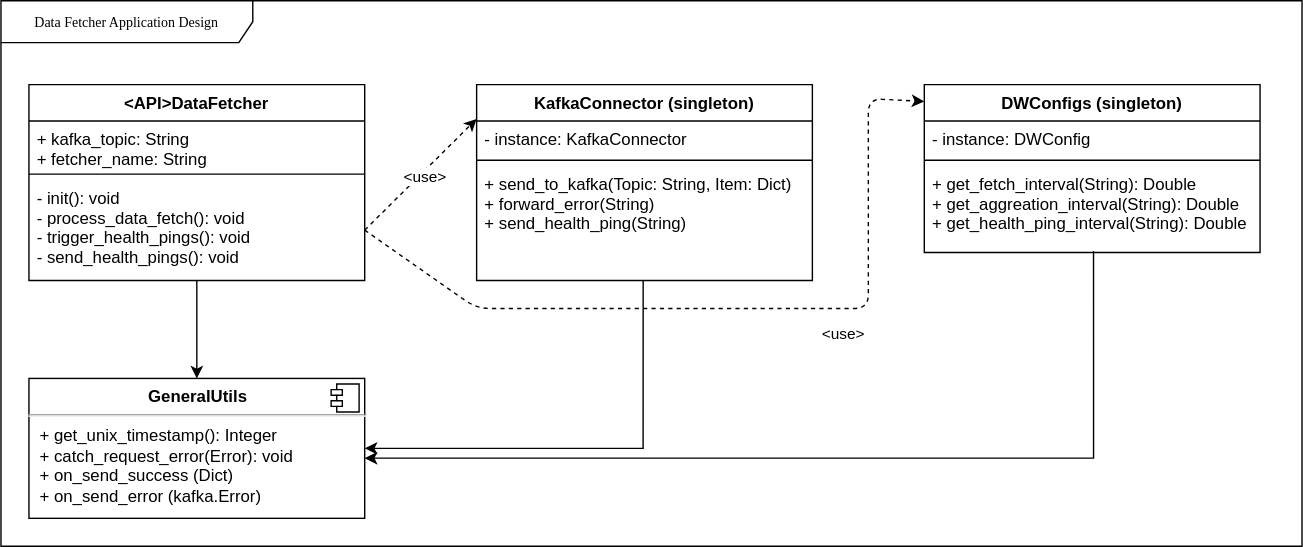
Earlier version of the draw.io export img/Data_Fetcher_Structure.svg (lirudayam/uni-li-wue-project-seminar). Source tidied: cells renumbered, new cells last; positions are measured from the earlier drawing's top-left corner, leaving out a move shared by most shapes. The source it was exported from:
```xml
<mxGraphModel background="#ffffff">
  <root>
    <mxCell id="0" />
    <mxCell id="1" parent="0" />
    <mxCell id="2" value="Data Fetcher Application Design" style="shape=umlFrame;whiteSpace=wrap;html=1;rounded=0;shadow=0;comic=0;labelBackgroundColor=none;strokeWidth=1;fontFamily=Verdana;fontSize=10;align=center;width=180;height=30;" parent="1" vertex="1">
      <mxGeometry width="930" height="390" as="geometry" />
    </mxCell>
    <mxCell id="3" style="edgeStyle=orthogonalEdgeStyle;rounded=0;jettySize=auto;html=1;" parent="1" edge="1" source="4" target="22">
      <mxGeometry relative="1" as="geometry" />
    </mxCell>
    <mxCell id="4" value="&lt;API&gt;DataFetcher" style="swimlane;fontStyle=1;align=center;verticalAlign=top;horizontal=1;startSize=26;" parent="1" vertex="1">
      <mxGeometry x="20" y="60" width="240" height="140" as="geometry" />
    </mxCell>
    <mxCell id="5" value="+ kafka_topic: String&#10;+ fetcher_name: String" style="text;strokeColor=none;fillColor=none;align=left;verticalAlign=top;spacingLeft=4;spacingRight=4;overflow=hidden;" parent="4" vertex="1">
      <mxGeometry y="26" width="240" height="34" as="geometry" />
    </mxCell>
    <mxCell id="6" style="line;strokeWidth=1;fillColor=none;align=left;verticalAlign=middle;spacingTop=-1;spacingLeft=3;spacingRight=3;labelPosition=right;" parent="4" vertex="1">
      <mxGeometry y="60" width="240" height="8" as="geometry" />
    </mxCell>
    <mxCell id="7" value="- init(): void&#10;- process_data_fetch(): void&#10;- trigger_health_pings(): void&#10;- send_health_pings(): void" style="text;strokeColor=none;fillColor=none;align=left;verticalAlign=top;spacingLeft=4;spacingRight=4;overflow=hidden;points=[[0,0.5],[1,0.5]];portConstraint=eastwest;" parent="4" vertex="1">
      <mxGeometry y="68" width="240" height="72" as="geometry" />
    </mxCell>
    <mxCell id="8" style="edgeStyle=orthogonalEdgeStyle;rounded=0;jettySize=auto;html=1;entryX=1;entryY=0.5;entryDx=0;entryDy=0;exitX=0.496;exitY=1;exitDx=0;exitDy=0;exitPerimeter=0;" parent="1" edge="1" source="12" target="22">
      <mxGeometry relative="1" as="geometry" />
    </mxCell>
    <mxCell id="9" value="KafkaConnector (singleton)" style="swimlane;fontStyle=1;align=center;verticalAlign=top;horizontal=1;startSize=26;" parent="1" vertex="1">
      <mxGeometry x="340" y="60" width="240" height="140" as="geometry" />
    </mxCell>
    <mxCell id="10" value="- instance: KafkaConnector" style="text;strokeColor=none;fillColor=none;align=left;verticalAlign=top;spacingLeft=4;spacingRight=4;overflow=hidden;" parent="9" vertex="1">
      <mxGeometry y="26" width="240" height="24" as="geometry" />
    </mxCell>
    <mxCell id="11" style="line;strokeWidth=1;fillColor=none;align=left;verticalAlign=middle;spacingTop=-1;spacingLeft=3;spacingRight=3;labelPosition=right;" parent="9" vertex="1">
      <mxGeometry y="50" width="240" height="8" as="geometry" />
    </mxCell>
    <mxCell id="12" value="+ send_to_kafka(Topic: String, Item: Dict)&#10;+ forward_error(String)&#10;+ send_health_ping(String)" style="text;strokeColor=none;fillColor=none;align=left;verticalAlign=top;spacingLeft=4;spacingRight=4;overflow=hidden;points=[[0,0.5],[1,0.5]];portConstraint=eastwest;" parent="9" vertex="1">
      <mxGeometry y="58" width="240" height="82" as="geometry" />
    </mxCell>
    <mxCell id="13" style="endArrow=classic;dashed=1;html=1;entryX=0;entryY=0.175;entryDx=0;entryDy=0;entryPerimeter=0;exitX=1;exitY=0.5;exitDx=0;exitDy=0;endFill=1;" parent="1" edge="1" source="7" target="9">
      <mxGeometry relative="1" as="geometry" />
    </mxCell>
    <mxCell id="14" value="&amp;lt;use&amp;gt;" style="edgeLabel;html=1;align=center;verticalAlign=middle;" parent="13" vertex="1">
      <mxGeometry y="-2" relative="1" as="geometry">
        <mxPoint x="1" as="offset" />
      </mxGeometry>
    </mxCell>
    <mxCell id="15" style="endArrow=classic;dashed=1;html=1;exitX=1;exitY=0.5;exitDx=0;exitDy=0;entryX=0;entryY=0.1;entryDx=0;entryDy=0;entryPerimeter=0;endFill=1;" parent="1" edge="1" source="7" target="18">
      <mxGeometry relative="1" as="geometry">
        <Array as="points">
          <mxPoint x="340" y="220" />
          <mxPoint x="620" y="220" />
          <mxPoint x="620" y="70" />
        </Array>
      </mxGeometry>
    </mxCell>
    <mxCell id="16" value="&amp;lt;use&amp;gt;" style="edgeLabel;html=1;align=center;verticalAlign=middle;" parent="15" vertex="1">
      <mxGeometry x="0.14" y="2" relative="1" as="geometry">
        <mxPoint x="36.2" y="19.8" as="offset" />
      </mxGeometry>
    </mxCell>
    <mxCell id="17" style="edgeStyle=orthogonalEdgeStyle;rounded=0;jettySize=auto;html=1;entryX=1;entryY=0.57;entryDx=0;entryDy=0;entryPerimeter=0;exitX=0.504;exitY=0.984;exitDx=0;exitDy=0;exitPerimeter=0;" parent="1" edge="1" source="21" target="22">
      <mxGeometry relative="1" as="geometry">
        <Array as="points">
          <mxPoint x="781" y="327" />
        </Array>
      </mxGeometry>
    </mxCell>
    <mxCell id="18" value="DWConfigs (singleton)" style="swimlane;fontStyle=1;align=center;verticalAlign=top;horizontal=1;startSize=26;" parent="1" vertex="1">
      <mxGeometry x="660" y="60" width="240" height="120" as="geometry" />
    </mxCell>
    <mxCell id="19" value="- instance: DWConfig" style="text;strokeColor=none;fillColor=none;align=left;verticalAlign=top;spacingLeft=4;spacingRight=4;overflow=hidden;" parent="18" vertex="1">
      <mxGeometry y="26" width="240" height="24" as="geometry" />
    </mxCell>
    <mxCell id="20" style="line;strokeWidth=1;fillColor=none;align=left;verticalAlign=middle;spacingTop=-1;spacingLeft=3;spacingRight=3;labelPosition=right;" parent="18" vertex="1">
      <mxGeometry y="50" width="240" height="8" as="geometry" />
    </mxCell>
    <mxCell id="21" value="+ get_fetch_interval(String): Double&#10;+ get_aggreation_interval(String): Double&#10;+ get_health_ping_interval(String): Double" style="text;strokeColor=none;fillColor=none;align=left;verticalAlign=top;spacingLeft=4;spacingRight=4;overflow=hidden;points=[[0,0.5],[1,0.5]];portConstraint=eastwest;" parent="18" vertex="1">
      <mxGeometry y="58" width="240" height="62" as="geometry" />
    </mxCell>
    <mxCell id="22" value="&lt;p style=&quot;margin: 0px ; margin-top: 6px ; text-align: center&quot;&gt;&lt;b&gt;GeneralUtils&lt;/b&gt;&lt;br&gt;&lt;/p&gt;&lt;hr&gt;&lt;p style=&quot;margin: 0px ; margin-left: 8px&quot;&gt;+ get_unix_timestamp(): Integer&lt;br style=&quot;padding: 0px ; margin: 0px&quot;&gt;+ catch_request_error(Error): void&lt;/p&gt;&lt;p style=&quot;margin: 0px ; margin-left: 8px&quot;&gt;+ on_send_success (Dict)&lt;br style=&quot;padding: 0px ; margin: 0px&quot;&gt;+ on_send_error (kafka.Error)&lt;br&gt;&lt;/p&gt;" style="align=left;overflow=fill;html=1;" parent="1" vertex="1">
      <mxGeometry x="20" y="270" width="240" height="100" as="geometry" />
    </mxCell>
    <mxCell id="23" style="shape=component;jettyWidth=8;jettyHeight=4;" parent="22" vertex="1">
      <mxGeometry x="1" width="20" height="20" relative="1" as="geometry">
        <mxPoint x="-24" y="4" as="offset" />
      </mxGeometry>
    </mxCell>
  </root>
</mxGraphModel>
```
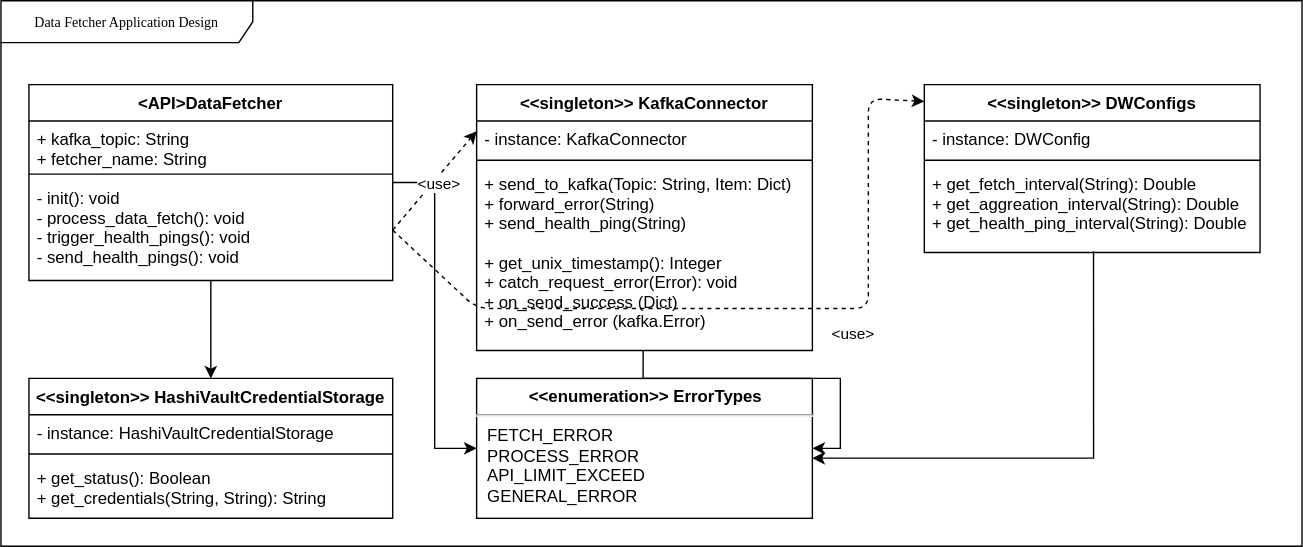
Above is the later version.

Commit message:
documentaed credential mmgt

Change to the diagram source:
```diff
@@ -5,84 +5,99 @@
     <mxCell id="2" value="Data Fetcher Application Design" style="shape=umlFrame;whiteSpace=wrap;html=1;rounded=0;shadow=0;comic=0;labelBackgroundColor=none;strokeWidth=1;fontFamily=Verdana;fontSize=10;align=center;width=180;height=30;" parent="1" vertex="1">
       <mxGeometry width="930" height="390" as="geometry" />
     </mxCell>
-    <mxCell id="3" style="edgeStyle=orthogonalEdgeStyle;rounded=0;jettySize=auto;html=1;" parent="1" edge="1" source="4" target="22">
-      <mxGeometry relative="1" as="geometry" />
-    </mxCell>
+    <mxCell id="24" style="edgeStyle=orthogonalEdgeStyle;rounded=0;jettySize=auto;html=1;" parent="1" edge="1" source="4" target="38">
+      <mxGeometry relative="1" as="geometry">
+        <Array as="points">
+          <mxPoint x="310" y="130" />
+          <mxPoint x="310" y="320" />
+        </Array>
+      </mxGeometry>
+    </mxCell>
+    <mxCell id="25" style="edgeStyle=orthogonalEdgeStyle;rounded=0;jettySize=auto;html=1;entryX=0.5;entryY=0;entryDx=0;entryDy=0;" parent="1" edge="1" source="4" target="39">
+      <mxGeometry relative="1" as="geometry" />
+    </mxCell>
     <mxCell id="4" value="&lt;API&gt;DataFetcher" style="swimlane;fontStyle=1;align=center;verticalAlign=top;horizontal=1;startSize=26;" parent="1" vertex="1">
-      <mxGeometry x="20" y="60" width="240" height="140" as="geometry" />
+      <mxGeometry x="20" y="60" width="260" height="140" as="geometry" />
     </mxCell>
     <mxCell id="5" value="+ kafka_topic: String&#10;+ fetcher_name: String" style="text;strokeColor=none;fillColor=none;align=left;verticalAlign=top;spacingLeft=4;spacingRight=4;overflow=hidden;" parent="4" vertex="1">
-      <mxGeometry y="26" width="240" height="34" as="geometry" />
+      <mxGeometry y="26" width="260" height="34" as="geometry" />
     </mxCell>
-    <mxCell id="6" style="line;strokeWidth=1;fillColor=none;align=left;verticalAlign=middle;spacingTop=-1;spacingLeft=3;spacingRight=3;labelPosition=right;" parent="4" vertex="1">
-      <mxGeometry y="60" width="240" height="8" as="geometry" />
-    </mxCell>
+    <mxCell id="26" style="line;strokeWidth=1;fillColor=none;align=left;verticalAlign=middle;spacingTop=-1;spacingLeft=3;spacingRight=3;labelPosition=right;" parent="4" vertex="1">
+      <mxGeometry y="60" width="260" height="8" as="geometry" />
+    </mxCell>
     <mxCell id="7" value="- init(): void&#10;- process_data_fetch(): void&#10;- trigger_health_pings(): void&#10;- send_health_pings(): void" style="text;strokeColor=none;fillColor=none;align=left;verticalAlign=top;spacingLeft=4;spacingRight=4;overflow=hidden;points=[[0,0.5],[1,0.5]];portConstraint=eastwest;" parent="4" vertex="1">
-      <mxGeometry y="68" width="240" height="72" as="geometry" />
+      <mxGeometry y="68" width="260" height="72" as="geometry" />
     </mxCell>
-    <mxCell id="8" style="edgeStyle=orthogonalEdgeStyle;rounded=0;jettySize=auto;html=1;entryX=1;entryY=0.5;entryDx=0;entryDy=0;exitX=0.496;exitY=1;exitDx=0;exitDy=0;exitPerimeter=0;" parent="1" edge="1" source="12" target="22">
-      <mxGeometry relative="1" as="geometry" />
-    </mxCell>
-    <mxCell id="9" value="KafkaConnector (singleton)" style="swimlane;fontStyle=1;align=center;verticalAlign=top;horizontal=1;startSize=26;" parent="1" vertex="1">
-      <mxGeometry x="340" y="60" width="240" height="140" as="geometry" />
-    </mxCell>
+    <mxCell id="27" style="edgeStyle=orthogonalEdgeStyle;rounded=0;jettySize=auto;html=1;entryX=1;entryY=0.5;entryDx=0;entryDy=0;exitX=0.496;exitY=1;exitDx=0;exitDy=0;exitPerimeter=0;" parent="1" edge="1" source="30" target="38">
+      <mxGeometry relative="1" as="geometry" />
+    </mxCell>
+    <mxCell id="28" value="&lt;&lt;singleton&gt;&gt; KafkaConnector" style="swimlane;fontStyle=1;align=center;verticalAlign=top;horizontal=1;startSize=26;" parent="1" vertex="1">
+      <mxGeometry x="340" y="60" width="240" height="190" as="geometry" />
+    </mxCell>
-    <mxCell id="10" value="- instance: KafkaConnector" style="text;strokeColor=none;fillColor=none;align=left;verticalAlign=top;spacingLeft=4;spacingRight=4;overflow=hidden;" parent="9" vertex="1">
+    <mxCell id="10" value="- instance: KafkaConnector" style="text;strokeColor=none;fillColor=none;align=left;verticalAlign=top;spacingLeft=4;spacingRight=4;overflow=hidden;" parent="28" vertex="1">
       <mxGeometry y="26" width="240" height="24" as="geometry" />
     </mxCell>
-    <mxCell id="11" style="line;strokeWidth=1;fillColor=none;align=left;verticalAlign=middle;spacingTop=-1;spacingLeft=3;spacingRight=3;labelPosition=right;" parent="9" vertex="1">
-      <mxGeometry y="50" width="240" height="8" as="geometry" />
-    </mxCell>
-    <mxCell id="12" value="+ send_to_kafka(Topic: String, Item: Dict)&#10;+ forward_error(String)&#10;+ send_health_ping(String)" style="text;strokeColor=none;fillColor=none;align=left;verticalAlign=top;spacingLeft=4;spacingRight=4;overflow=hidden;points=[[0,0.5],[1,0.5]];portConstraint=eastwest;" parent="9" vertex="1">
-      <mxGeometry y="58" width="240" height="82" as="geometry" />
-    </mxCell>
-    <mxCell id="13" style="endArrow=classic;dashed=1;html=1;entryX=0;entryY=0.175;entryDx=0;entryDy=0;entryPerimeter=0;exitX=1;exitY=0.5;exitDx=0;exitDy=0;endFill=1;" parent="1" edge="1" source="7" target="9">
-      <mxGeometry relative="1" as="geometry" />
-    </mxCell>
-    <mxCell id="14" value="&amp;lt;use&amp;gt;" style="edgeLabel;html=1;align=center;verticalAlign=middle;" parent="13" vertex="1">
-      <mxGeometry y="-2" relative="1" as="geometry">
-        <mxPoint x="1" as="offset" />
-      </mxGeometry>
-    </mxCell>
-    <mxCell id="15" style="endArrow=classic;dashed=1;html=1;exitX=1;exitY=0.5;exitDx=0;exitDy=0;entryX=0;entryY=0.1;entryDx=0;entryDy=0;entryPerimeter=0;endFill=1;" parent="1" edge="1" source="7" target="18">
-      <mxGeometry relative="1" as="geometry">
-        <Array as="points">
-          <mxPoint x="340" y="220" />
-          <mxPoint x="620" y="220" />
-          <mxPoint x="620" y="70" />
-        </Array>
-      </mxGeometry>
-    </mxCell>
-    <mxCell id="16" value="&amp;lt;use&amp;gt;" style="edgeLabel;html=1;align=center;verticalAlign=middle;" parent="15" vertex="1">
-      <mxGeometry x="0.14" y="2" relative="1" as="geometry">
-        <mxPoint x="36.2" y="19.8" as="offset" />
-      </mxGeometry>
-    </mxCell>
-    <mxCell id="17" style="edgeStyle=orthogonalEdgeStyle;rounded=0;jettySize=auto;html=1;entryX=1;entryY=0.57;entryDx=0;entryDy=0;entryPerimeter=0;exitX=0.504;exitY=0.984;exitDx=0;exitDy=0;exitPerimeter=0;" parent="1" edge="1" source="21" target="22">
-      <mxGeometry relative="1" as="geometry">
-        <Array as="points">
-          <mxPoint x="781" y="327" />
-        </Array>
-      </mxGeometry>
-    </mxCell>
-    <mxCell id="18" value="DWConfigs (singleton)" style="swimlane;fontStyle=1;align=center;verticalAlign=top;horizontal=1;startSize=26;" parent="1" vertex="1">
-      <mxGeometry x="660" y="60" width="240" height="120" as="geometry" />
-    </mxCell>
+    <mxCell id="29" style="line;strokeWidth=1;fillColor=none;align=left;verticalAlign=middle;spacingTop=-1;spacingLeft=3;spacingRight=3;labelPosition=right;" parent="28" vertex="1">
+      <mxGeometry y="50" width="240" height="8" as="geometry" />
+    </mxCell>
+    <mxCell id="30" value="+ send_to_kafka(Topic: String, Item: Dict)&#10;+ forward_error(String)&#10;+ send_health_ping(String)&#10;&#10;+ get_unix_timestamp(): Integer&#10;+ catch_request_error(Error): void&#10;+ on_send_success (Dict)&#10;+ on_send_error (kafka.Error)" style="text;strokeColor=none;fillColor=none;align=left;verticalAlign=top;spacingLeft=4;spacingRight=4;overflow=hidden;points=[[0,0.5],[1,0.5]];portConstraint=eastwest;" parent="28" vertex="1">
+      <mxGeometry y="58" width="240" height="132" as="geometry" />
+    </mxCell>
+    <mxCell id="31" style="endArrow=classic;dashed=1;html=1;entryX=0;entryY=0.175;entryDx=0;entryDy=0;entryPerimeter=0;exitX=1;exitY=0.5;exitDx=0;exitDy=0;endFill=1;" parent="1" edge="1" source="7" target="28">
+      <mxGeometry relative="1" as="geometry" />
+    </mxCell>
+    <mxCell id="32" value="&amp;lt;use&amp;gt;" style="edgeLabel;html=1;align=center;verticalAlign=middle;" parent="31" vertex="1">
+      <mxGeometry y="-2" relative="1" as="geometry">
+        <mxPoint x="1" as="offset" />
+      </mxGeometry>
+    </mxCell>
+    <mxCell id="33" style="endArrow=classic;dashed=1;html=1;exitX=1;exitY=0.5;exitDx=0;exitDy=0;entryX=0;entryY=0.1;entryDx=0;entryDy=0;entryPerimeter=0;endFill=1;" parent="1" edge="1" source="7" target="36">
+      <mxGeometry relative="1" as="geometry">
+        <Array as="points">
+          <mxPoint x="340" y="220" />
+          <mxPoint x="620" y="220" />
+          <mxPoint x="620" y="70" />
+        </Array>
+      </mxGeometry>
+    </mxCell>
+    <mxCell id="34" value="&amp;lt;use&amp;gt;" style="edgeLabel;html=1;align=center;verticalAlign=middle;" parent="33" vertex="1">
+      <mxGeometry x="0.14" y="2" relative="1" as="geometry">
+        <mxPoint x="36.2" y="19.8" as="offset" />
+      </mxGeometry>
+    </mxCell>
+    <mxCell id="35" style="edgeStyle=orthogonalEdgeStyle;rounded=0;jettySize=auto;html=1;entryX=1;entryY=0.57;entryDx=0;entryDy=0;entryPerimeter=0;exitX=0.504;exitY=0.984;exitDx=0;exitDy=0;exitPerimeter=0;" parent="1" edge="1" source="21" target="38">
+      <mxGeometry relative="1" as="geometry">
+        <Array as="points">
+          <mxPoint x="781" y="327" />
+        </Array>
+      </mxGeometry>
+    </mxCell>
+    <mxCell id="36" value="&lt;&lt;singleton&gt;&gt; DWConfigs" style="swimlane;fontStyle=1;align=center;verticalAlign=top;horizontal=1;startSize=26;" parent="1" vertex="1">
+      <mxGeometry x="660" y="60" width="240" height="120" as="geometry" />
+    </mxCell>
-    <mxCell id="19" value="- instance: DWConfig" style="text;strokeColor=none;fillColor=none;align=left;verticalAlign=top;spacingLeft=4;spacingRight=4;overflow=hidden;" parent="18" vertex="1">
+    <mxCell id="19" value="- instance: DWConfig" style="text;strokeColor=none;fillColor=none;align=left;verticalAlign=top;spacingLeft=4;spacingRight=4;overflow=hidden;" parent="36" vertex="1">
       <mxGeometry y="26" width="240" height="24" as="geometry" />
     </mxCell>
-    <mxCell id="20" style="line;strokeWidth=1;fillColor=none;align=left;verticalAlign=middle;spacingTop=-1;spacingLeft=3;spacingRight=3;labelPosition=right;" parent="18" vertex="1">
-      <mxGeometry y="50" width="240" height="8" as="geometry" />
-    </mxCell>
+    <mxCell id="37" style="line;strokeWidth=1;fillColor=none;align=left;verticalAlign=middle;spacingTop=-1;spacingLeft=3;spacingRight=3;labelPosition=right;" parent="36" vertex="1">
+      <mxGeometry y="50" width="240" height="8" as="geometry" />
+    </mxCell>
-    <mxCell id="21" value="+ get_fetch_interval(String): Double&#10;+ get_aggreation_interval(String): Double&#10;+ get_health_ping_interval(String): Double" style="text;strokeColor=none;fillColor=none;align=left;verticalAlign=top;spacingLeft=4;spacingRight=4;overflow=hidden;points=[[0,0.5],[1,0.5]];portConstraint=eastwest;" parent="18" vertex="1">
+    <mxCell id="21" value="+ get_fetch_interval(String): Double&#10;+ get_aggreation_interval(String): Double&#10;+ get_health_ping_interval(String): Double" style="text;strokeColor=none;fillColor=none;align=left;verticalAlign=top;spacingLeft=4;spacingRight=4;overflow=hidden;points=[[0,0.5],[1,0.5]];portConstraint=eastwest;" parent="36" vertex="1">
       <mxGeometry y="58" width="240" height="62" as="geometry" />
     </mxCell>
-    <mxCell id="22" value="&lt;p style=&quot;margin: 0px ; margin-top: 6px ; text-align: center&quot;&gt;&lt;b&gt;GeneralUtils&lt;/b&gt;&lt;br&gt;&lt;/p&gt;&lt;hr&gt;&lt;p style=&quot;margin: 0px ; margin-left: 8px&quot;&gt;+ get_unix_timestamp(): Integer&lt;br style=&quot;padding: 0px ; margin: 0px&quot;&gt;+ catch_request_error(Error): void&lt;/p&gt;&lt;p style=&quot;margin: 0px ; margin-left: 8px&quot;&gt;+ on_send_success (Dict)&lt;br style=&quot;padding: 0px ; margin: 0px&quot;&gt;+ on_send_error (kafka.Error)&lt;br&gt;&lt;/p&gt;" style="align=left;overflow=fill;html=1;" parent="1" vertex="1">
-      <mxGeometry x="20" y="270" width="240" height="100" as="geometry" />
-    </mxCell>
-    <mxCell id="23" style="shape=component;jettyWidth=8;jettyHeight=4;" parent="22" vertex="1">
-      <mxGeometry x="1" width="20" height="20" relative="1" as="geometry">
-        <mxPoint x="-24" y="4" as="offset" />
-      </mxGeometry>
-    </mxCell>
+    <mxCell id="38" value="&lt;p style=&quot;margin: 0px ; margin-top: 6px ; text-align: center&quot;&gt;&lt;b&gt;&amp;lt;&amp;lt;enumeration&amp;gt;&amp;gt; ErrorTypes&lt;/b&gt;&lt;/p&gt;&lt;hr&gt;&lt;p style=&quot;margin: 0px ; margin-left: 8px&quot;&gt;FETCH_ERROR&lt;/p&gt;&lt;p style=&quot;margin: 0px ; margin-left: 8px&quot;&gt;PROCESS_ERROR&lt;/p&gt;&lt;p style=&quot;margin: 0px ; margin-left: 8px&quot;&gt;API_LIMIT_EXCEED&lt;/p&gt;&lt;p style=&quot;margin: 0px ; margin-left: 8px&quot;&gt;GENERAL_ERROR&lt;/p&gt;" style="align=left;overflow=fill;html=1;" parent="1" vertex="1">
+      <mxGeometry x="340" y="270" width="240" height="100" as="geometry" />
+    </mxCell>
+    <mxCell id="39" value="&lt;&lt;singleton&gt;&gt; HashiVaultCredentialStorage" style="swimlane;fontStyle=1;align=center;verticalAlign=top;horizontal=1;startSize=26;" parent="1" vertex="1">
+      <mxGeometry x="20" y="270" width="260" height="100" as="geometry" />
+    </mxCell>
+    <mxCell id="40" value="- instance: HashiVaultCredentialStorage" style="text;strokeColor=none;fillColor=none;align=left;verticalAlign=top;spacingLeft=4;spacingRight=4;overflow=hidden;" parent="39" vertex="1">
+      <mxGeometry y="26" width="260" height="24" as="geometry" />
+    </mxCell>
+    <mxCell id="41" style="line;strokeWidth=1;fillColor=none;align=left;verticalAlign=middle;spacingTop=-1;spacingLeft=3;spacingRight=3;labelPosition=right;" parent="39" vertex="1">
+      <mxGeometry y="50" width="260" height="8" as="geometry" />
+    </mxCell>
+    <mxCell id="42" value="+ get_status(): Boolean&#10;+ get_credentials(String, String): String" style="text;strokeColor=none;fillColor=none;align=left;verticalAlign=top;spacingLeft=4;spacingRight=4;overflow=hidden;" parent="39" vertex="1">
+      <mxGeometry y="58" width="260" height="42" as="geometry" />
+    </mxCell>
   </root>
 </mxGraphModel>
```
